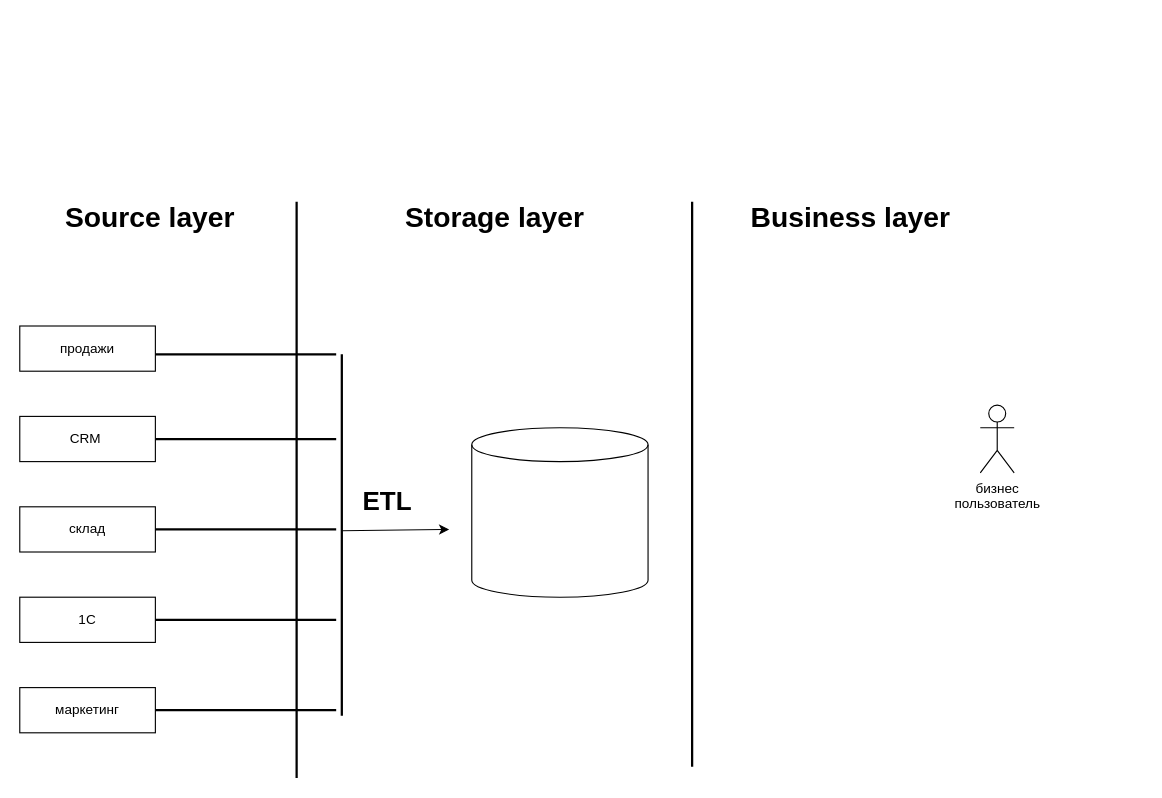
The draw.io diagram Диаграмма без названия.drawio in Kate-lab13/hello-word, before the edit. Source tidied: cells renumbered, new cells numbered last; positions are measured from the earlier drawing's top-left corner, leaving out a move shared by most shapes. Both pictures are drawn from the tidied source at 113%, with x=0, y=0 at pixel (19, 20).
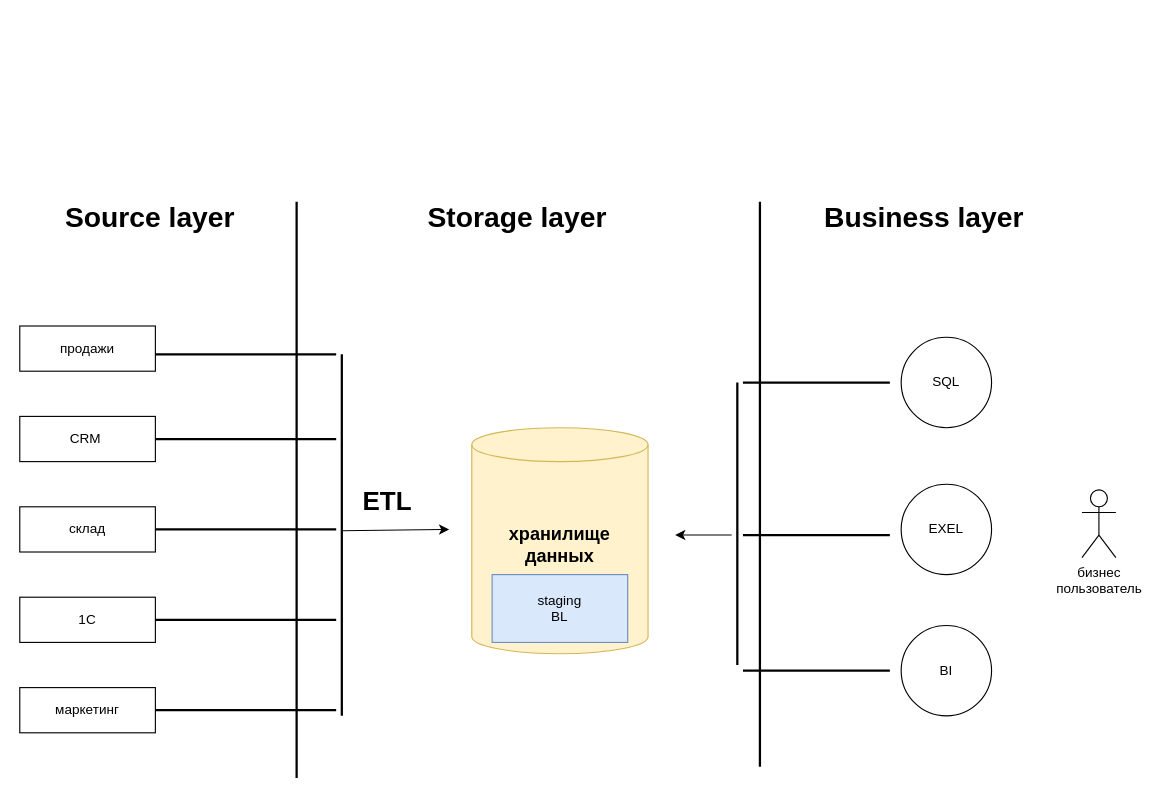
The same diagram, later.

What changed in the source:
```diff
@@
-    <mxCell id="2" style="shape=cylinder3;whiteSpace=wrap;html=1;boundedLbl=1;backgroundOutline=1;size=15;" parent="1" vertex="1">
-      <mxGeometry x="400" y="360" width="156" height="150" as="geometry" />
+    <mxCell id="2" value="&lt;font style=&quot;font-size: 16px;&quot;&gt;&lt;b&gt;хранилище данных&lt;/b&gt;&lt;/font&gt;&lt;div style=&quot;padding-right: 0px; font-size: 16px;&quot;&gt;&lt;br&gt;&lt;/div&gt;" style="shape=cylinder3;whiteSpace=wrap;html=1;boundedLbl=1;backgroundOutline=1;size=15;fillColor=#fff2cc;strokeColor=#d6b656;" parent="1" vertex="1">
+      <mxGeometry x="400" y="360" width="156" height="200" as="geometry" />
     </mxCell>
     <mxCell id="3" value="бизнес&lt;div&gt;пользователь&lt;/div&gt;&lt;div&gt;&lt;br&gt;&lt;/div&gt;" style="shape=umlActor;verticalLabelPosition=bottom;verticalAlign=top;html=1;" parent="1" vertex="1">
-      <mxGeometry x="850" y="340" width="30" height="60" as="geometry" />
+      <mxGeometry x="940" y="415" width="30" height="60" as="geometry" />
     </mxCell>
@@
     <mxCell id="9" style="line;strokeWidth=2;direction=south;html=1;" parent="1" vertex="1">
-      <mxGeometry x="590" y="160" width="10" height="500" as="geometry" />
+      <mxGeometry x="650" y="160" width="10" height="500" as="geometry" />
     </mxCell>
@@
     <mxCell id="11" value="&lt;font style=&quot;font-size: 25px;&quot;&gt;&lt;b&gt;Storage layer&lt;/b&gt;&lt;/font&gt;" style="text;html=1;align=center;verticalAlign=middle;strokeColor=none;fillColor=none;" parent="1" vertex="1">
-      <mxGeometry x="330" y="153" width="180" height="40" as="geometry" />
+      <mxGeometry x="350" y="153" width="180" height="40" as="geometry" />
     </mxCell>
     <mxCell id="12" value="&lt;b&gt;&lt;font style=&quot;font-size: 25px;&quot;&gt;Business layer&lt;/font&gt;&lt;/b&gt;" style="text;html=1;align=center;verticalAlign=middle;strokeColor=none;fillColor=none;" parent="1" vertex="1">
-      <mxGeometry x="635" y="153" width="200" height="40" as="geometry" />
+      <mxGeometry x="700" y="153" width="200" height="40" as="geometry" />
     </mxCell>
@@
+    <mxCell id="22" value="staging&lt;div&gt;BL&lt;/div&gt;" style="rounded=0;whiteSpace=wrap;html=1;fillColor=#dae8fc;strokeColor=#6c8ebf;" parent="1" vertex="1">
+      <mxGeometry x="418" y="490" width="120" height="60" as="geometry" />
+    </mxCell>
+    <mxCell id="23" value="SQL" style="ellipse;whiteSpace=wrap;html=1;" parent="1" vertex="1">
+      <mxGeometry x="780" y="280" width="80" height="80" as="geometry" />
+    </mxCell>
+    <mxCell id="24" value="EXEL" style="ellipse;whiteSpace=wrap;html=1;" parent="1" vertex="1">
+      <mxGeometry x="780" y="410" width="80" height="80" as="geometry" />
+    </mxCell>
+    <mxCell id="25" value="BI" style="ellipse;whiteSpace=wrap;html=1;" parent="1" vertex="1">
+      <mxGeometry x="780" y="535" width="80" height="80" as="geometry" />
+    </mxCell>
+    <mxCell id="26" style="line;strokeWidth=2;html=1;" parent="1" vertex="1">
+      <mxGeometry x="640" y="315" width="130" height="10" as="geometry" />
+    </mxCell>
+    <mxCell id="27" style="line;strokeWidth=2;html=1;" parent="1" vertex="1">
+      <mxGeometry x="640" y="442.5" width="130" height="25" as="geometry" />
+    </mxCell>
+    <mxCell id="28" style="line;strokeWidth=2;html=1;" parent="1" vertex="1">
+      <mxGeometry x="640" y="570" width="130" height="10" as="geometry" />
+    </mxCell>
+    <mxCell id="29" style="line;strokeWidth=2;direction=south;html=1;" parent="1" vertex="1">
+      <mxGeometry x="630" y="320" width="10" height="250" as="geometry" />
+    </mxCell>
+    <mxCell id="30" style="endArrow=classic;html=1;rounded=0;" parent="1" edge="1">
+      <mxGeometry relative="1" as="geometry">
+        <mxPoint x="630" y="455" as="sourcePoint" />
+        <mxPoint x="580" y="455" as="targetPoint" />
+      </mxGeometry>
+    </mxCell>
```
